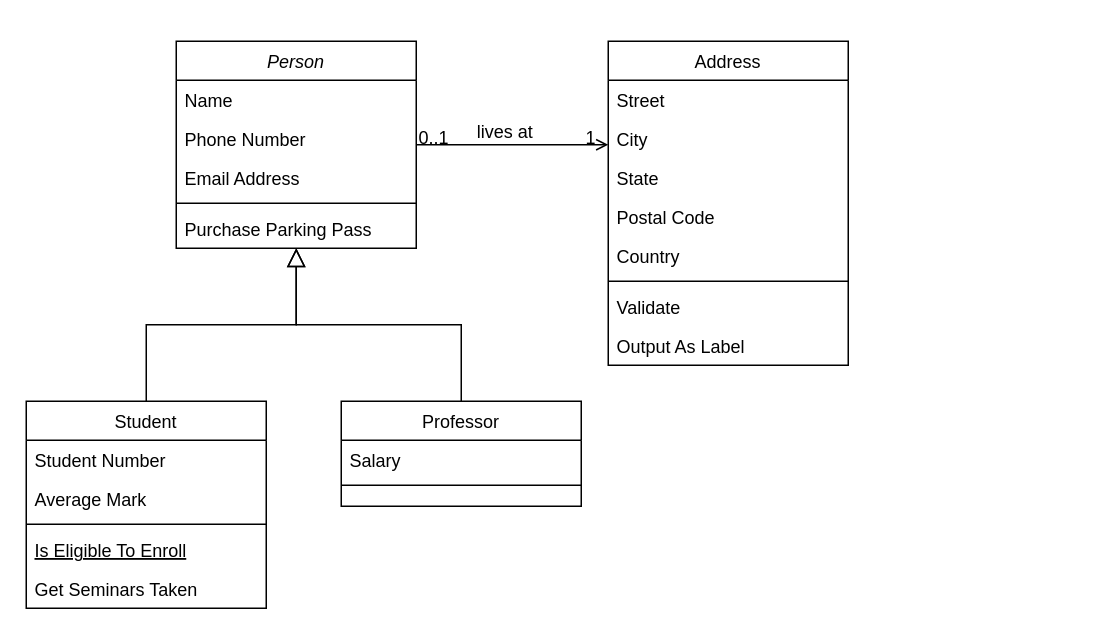
Above: Диаграмма без названия.drawio in TheFlashe/dz_1 (draw.io), before the change. Source tidied: cells renumbered, new cells numbered last; positions are measured from the earlier drawing's top-left corner, leaving out a move shared by most shapes. Both pictures are drawn from the tidied source at 150%, with x=0, y=0 at pixel (26, 40).
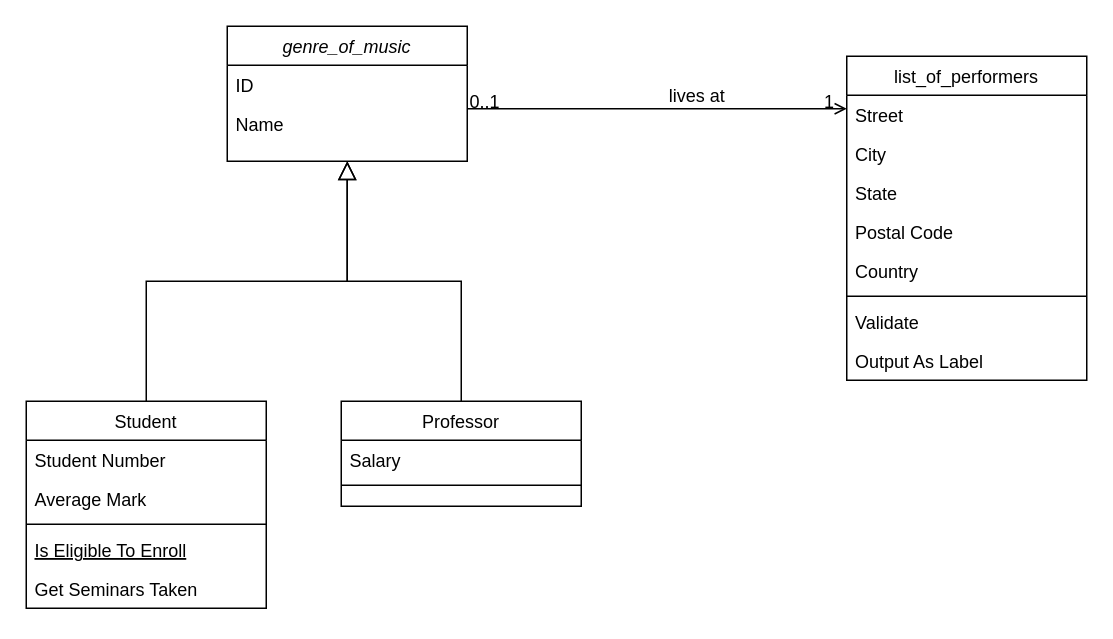
The same page after the edit.

What changed in the source:
```diff
@@
-    <mxCell id="2" value="Person" style="swimlane;fontStyle=2;align=center;verticalAlign=top;horizontal=1;startSize=26;rounded=0;shadow=0;strokeWidth=1;" parent="1" vertex="1">
-      <mxGeometry x="100" width="160" height="138" as="geometry" />
+    <mxCell id="2" value="genre_of_music" style="swimlane;fontStyle=2;align=center;verticalAlign=top;horizontal=1;startSize=26;rounded=0;shadow=0;strokeWidth=1;strokeColor=#000000;" parent="1" vertex="1">
+      <mxGeometry x="134" y="-10" width="160" height="90" as="geometry" />
     </mxCell>
-    <mxCell id="3" value="Name" style="text;align=left;verticalAlign=top;spacingLeft=4;spacingRight=4;overflow=hidden;" parent="2" vertex="1">
+    <mxCell id="3" value="ID    " style="text;align=left;verticalAlign=top;spacingLeft=4;spacingRight=4;overflow=hidden;" parent="2" vertex="1">
       <mxGeometry y="26" width="160" height="26" as="geometry" />
     </mxCell>
-    <mxCell id="4" value="Phone Number" style="text;align=left;verticalAlign=top;spacingLeft=4;spacingRight=4;overflow=hidden;rounded=0;shadow=0;html=0;" parent="2" vertex="1">
+    <mxCell id="4" value="Name" style="text;align=left;verticalAlign=top;spacingLeft=4;spacingRight=4;overflow=hidden;rounded=0;shadow=0;html=0;" parent="2" vertex="1">
       <mxGeometry y="52" width="160" height="26" as="geometry" />
     </mxCell>
-    <mxCell id="5" value="Email Address" style="text;align=left;verticalAlign=top;spacingLeft=4;spacingRight=4;overflow=hidden;rounded=0;shadow=0;html=0;" parent="2" vertex="1">
-      <mxGeometry y="78" width="160" height="26" as="geometry" />
-    </mxCell>
-    <mxCell id="6" style="line;html=1;strokeWidth=1;align=left;verticalAlign=middle;spacingTop=-1;spacingLeft=3;spacingRight=3;labelPosition=right;" parent="2" vertex="1">
-      <mxGeometry y="104" width="160" height="8" as="geometry" />
-    </mxCell>
-    <mxCell id="7" value="Purchase Parking Pass" style="text;align=left;verticalAlign=top;spacingLeft=4;spacingRight=4;overflow=hidden;" parent="2" vertex="1">
-      <mxGeometry y="112" width="160" height="26" as="geometry" />
-    </mxCell>
@@
-    <mxCell id="19" value="Address" style="swimlane;fontStyle=0;align=center;verticalAlign=top;horizontal=1;startSize=26;rounded=0;shadow=0;strokeWidth=1;" parent="1" vertex="1">
-      <mxGeometry x="388" width="160" height="216" as="geometry" />
+    <mxCell id="19" value="list_of_performers" style="swimlane;fontStyle=0;align=center;verticalAlign=top;horizontal=1;startSize=26;rounded=0;shadow=0;strokeWidth=1;strokeColor=#000000;" parent="1" vertex="1">
+      <mxGeometry x="547" y="10" width="160" height="216" as="geometry" />
     </mxCell>
```
